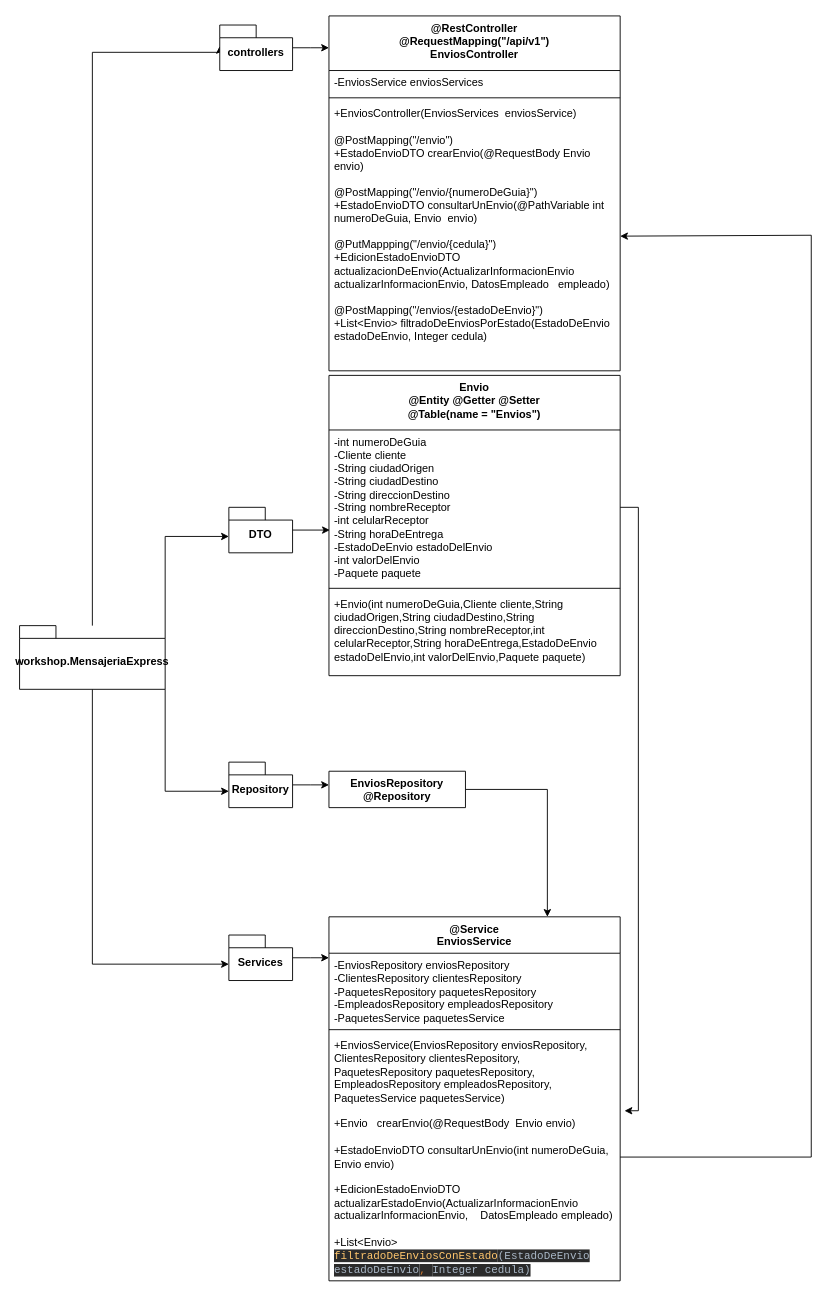
This is Diagrama sin título.drawio from EmmanuelUs4/Proyecto-integrador, a draw.io file, before an edit. Source tidied: cells renumbered, new cells numbered last; positions are measured from the earlier drawing's top-left corner, leaving out a move shared by most shapes. Both pictures are drawn from the tidied source at 91%, with x=0, y=0 at pixel (19, 15).
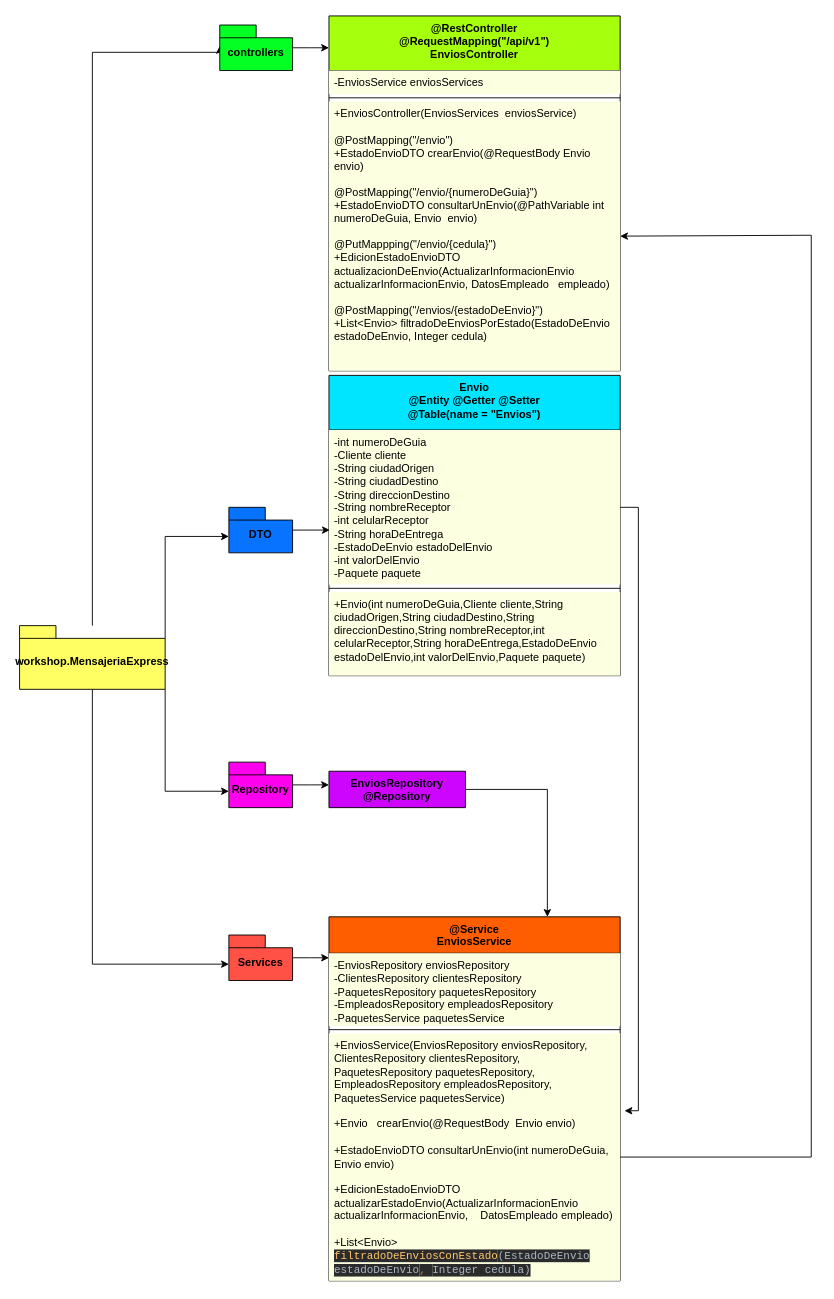
Above is the later version.

The edit, as a diff of the source:
```diff
@@
-    <mxCell id="2" style="edgeStyle=orthogonalEdgeStyle;rounded=0;jettySize=auto;html=1;entryX=0;entryY=0;entryDx=0;entryDy=23;entryPerimeter=0;" parent="1" edge="1" source="6" target="8">
+    <mxCell id="2" style="edgeStyle=orthogonalEdgeStyle;rounded=0;jettySize=auto;html=1;entryX=0;entryY=0;entryDx=0;entryDy=23;entryPerimeter=0;fillColor=#FF4603;" parent="1" edge="1" source="6" target="8">
       <mxGeometry relative="1" as="geometry">
         <Array as="points">
           <mxPoint x="80" y="40" />
           <mxPoint x="220" y="40" />
         </Array>
       </mxGeometry>
     </mxCell>
@@
-    <mxCell id="6" value="workshop.MensajeriaExpress" style="shape=folder;fontStyle=1;spacingTop=10;tabWidth=40;tabHeight=14;tabPosition=left;html=1;whiteSpace=wrap;" parent="1" vertex="1">
+    <mxCell id="6" value="workshop.MensajeriaExpress" style="shape=folder;fontStyle=1;spacingTop=10;tabWidth=40;tabHeight=14;tabPosition=left;html=1;whiteSpace=wrap;fillColor=#FFFF63;" parent="1" vertex="1">
       <mxGeometry y="670" width="160" height="70" as="geometry" />
     </mxCell>
@@
-    <mxCell id="8" value="controllers" style="shape=folder;fontStyle=1;spacingTop=10;tabWidth=40;tabHeight=14;tabPosition=left;html=1;whiteSpace=wrap;" parent="1" vertex="1">
+    <mxCell id="8" value="controllers" style="shape=folder;fontStyle=1;spacingTop=10;tabWidth=40;tabHeight=14;tabPosition=left;html=1;whiteSpace=wrap;fillColor=#03FF24;" parent="1" vertex="1">
       <mxGeometry x="220" y="10" width="80" height="50" as="geometry" />
     </mxCell>
@@
-    <mxCell id="10" value="DTO" style="shape=folder;fontStyle=1;spacingTop=10;tabWidth=40;tabHeight=14;tabPosition=left;html=1;whiteSpace=wrap;" parent="1" vertex="1">
+    <mxCell id="10" value="DTO" style="shape=folder;fontStyle=1;spacingTop=10;tabWidth=40;tabHeight=14;tabPosition=left;html=1;whiteSpace=wrap;fillColor=#0873FF;" parent="1" vertex="1">
       <mxGeometry x="230" y="540" width="70" height="50" as="geometry" />
     </mxCell>
@@
-    <mxCell id="12" value="Repository" style="shape=folder;fontStyle=1;spacingTop=10;tabWidth=40;tabHeight=14;tabPosition=left;html=1;whiteSpace=wrap;" parent="1" vertex="1">
+    <mxCell id="12" value="Repository" style="shape=folder;fontStyle=1;spacingTop=10;tabWidth=40;tabHeight=14;tabPosition=left;html=1;whiteSpace=wrap;fillColor=#FF00EE;" parent="1" vertex="1">
       <mxGeometry x="230" y="820" width="70" height="50" as="geometry" />
     </mxCell>
@@
-    <mxCell id="14" value="Services" style="shape=folder;fontStyle=1;spacingTop=10;tabWidth=40;tabHeight=14;tabPosition=left;html=1;whiteSpace=wrap;" parent="1" vertex="1">
+    <mxCell id="14" value="Services" style="shape=folder;fontStyle=1;spacingTop=10;tabWidth=40;tabHeight=14;tabPosition=left;html=1;whiteSpace=wrap;fillColor=#FF5145;" parent="1" vertex="1">
       <mxGeometry x="230" y="1010" width="70" height="50" as="geometry" />
     </mxCell>
-    <mxCell id="15" value="Envio&lt;br&gt;@Entity @Getter @Setter&lt;br&gt;@Table(name = &quot;Envios&quot;)" style="swimlane;fontStyle=1;align=center;verticalAlign=top;horizontal=1;startSize=60;whiteSpace=wrap;html=1;" parent="1" vertex="1">
+    <mxCell id="15" value="Envio&lt;br&gt;@Entity @Getter @Setter&lt;br&gt;@Table(name = &quot;Envios&quot;)" style="swimlane;fontStyle=1;align=center;verticalAlign=top;horizontal=1;startSize=60;whiteSpace=wrap;html=1;fillColor=#00E5FF;" parent="1" vertex="1">
       <mxGeometry x="340" y="395" width="320" height="330" as="geometry" />
     </mxCell>
-    <mxCell id="16" value="-int numeroDeGuia&lt;br&gt;-Cliente cliente&lt;br&gt;-String ciudadOrigen&lt;br&gt;-String ciudadDestino&lt;br&gt;-String direccionDestino&lt;br&gt;-String nombreReceptor&lt;br&gt;-int celularReceptor&lt;br&gt;-String horaDeEntrega&lt;br&gt;-EstadoDeEnvio estadoDelEnvio&lt;br&gt;-int valorDelEnvio&lt;br&gt;-Paquete paquete" style="text;strokeColor=none;fillColor=none;align=left;verticalAlign=top;spacingLeft=4;spacingRight=4;overflow=hidden;points=[[0,0.5],[1,0.5]];portConstraint=eastwest;whiteSpace=wrap;html=1;" parent="15" vertex="1">
+    <mxCell id="16" value="-int numeroDeGuia&lt;br&gt;-Cliente cliente&lt;br&gt;-String ciudadOrigen&lt;br&gt;-String ciudadDestino&lt;br&gt;-String direccionDestino&lt;br&gt;-String nombreReceptor&lt;br&gt;-int celularReceptor&lt;br&gt;-String horaDeEntrega&lt;br&gt;-EstadoDeEnvio estadoDelEnvio&lt;br&gt;-int valorDelEnvio&lt;br&gt;-Paquete paquete" style="text;strokeColor=none;fillColor=#FCFFE0;align=left;verticalAlign=top;spacingLeft=4;spacingRight=4;overflow=hidden;points=[[0,0.5],[1,0.5]];portConstraint=eastwest;whiteSpace=wrap;html=1;" parent="15" vertex="1">
       <mxGeometry y="60" width="320" height="170" as="geometry" />
     </mxCell>
@@
-    <mxCell id="18" value="+Envio(int numeroDeGuia,Cliente cliente,String ciudadOrigen,String ciudadDestino,String direccionDestino,String nombreReceptor,int celularReceptor,String horaDeEntrega,EstadoDeEnvio estadoDelEnvio,int valorDelEnvio,Paquete paquete)" style="text;strokeColor=none;fillColor=none;align=left;verticalAlign=top;spacingLeft=4;spacingRight=4;overflow=hidden;whiteSpace=wrap;html=1;" parent="15" vertex="1">
+    <mxCell id="18" value="+Envio(int numeroDeGuia,Cliente cliente,String ciudadOrigen,String ciudadDestino,String direccionDestino,String nombreReceptor,int celularReceptor,String horaDeEntrega,EstadoDeEnvio estadoDelEnvio,int valorDelEnvio,Paquete paquete)" style="text;strokeColor=none;fillColor=#FCFFE0;align=left;verticalAlign=top;spacingLeft=4;spacingRight=4;overflow=hidden;whiteSpace=wrap;html=1;" parent="15" vertex="1">
       <mxGeometry y="238" width="320" height="92" as="geometry" />
     </mxCell>
@@
-    <mxCell id="20" value="EnviosRepository&lt;br&gt;@Repository" style="swimlane;fontStyle=1;align=center;verticalAlign=top;horizontal=1;startSize=40;whiteSpace=wrap;html=1;" parent="1" vertex="1" collapsed="1">
+    <mxCell id="20" value="EnviosRepository&lt;br&gt;@Repository" style="swimlane;fontStyle=1;align=center;verticalAlign=top;horizontal=1;startSize=40;whiteSpace=wrap;html=1;fillColor=#CD05FF;" parent="1" vertex="1" collapsed="1">
       <mxGeometry x="340" y="830" width="150" height="40" as="geometry" />
     </mxCell>
-    <mxCell id="21" value="@Service&lt;br&gt;EnviosService&lt;br&gt;" style="swimlane;fontStyle=1;align=center;verticalAlign=top;horizontal=1;startSize=40;whiteSpace=wrap;html=1;" parent="1" vertex="1">
+    <mxCell id="21" value="@Service&lt;br&gt;EnviosService&lt;br&gt;" style="swimlane;fontStyle=1;align=center;verticalAlign=top;horizontal=1;startSize=40;whiteSpace=wrap;html=1;fillColor=#FF5E00;" parent="1" vertex="1">
       <mxGeometry x="340" y="990" width="320" height="400" as="geometry" />
     </mxCell>
-    <mxCell id="22" value="-EnviosRepository enviosRepository&lt;br&gt;-ClientesRepository clientesRepository&lt;br&gt;-PaquetesRepository paquetesRepository&lt;br&gt;-EmpleadosRepository empleadosRepository&lt;br&gt;-PaquetesService paquetesService" style="text;strokeColor=none;fillColor=none;align=left;verticalAlign=top;spacingLeft=4;spacingRight=4;overflow=hidden;whiteSpace=wrap;html=1;" parent="21" vertex="1">
+    <mxCell id="22" value="-EnviosRepository enviosRepository&lt;br&gt;-ClientesRepository clientesRepository&lt;br&gt;-PaquetesRepository paquetesRepository&lt;br&gt;-EmpleadosRepository empleadosRepository&lt;br&gt;-PaquetesService paquetesService" style="text;strokeColor=none;fillColor=#FCFFE0;align=left;verticalAlign=top;spacingLeft=4;spacingRight=4;overflow=hidden;whiteSpace=wrap;html=1;" parent="21" vertex="1">
       <mxGeometry y="40" width="320" height="80" as="geometry" />
     </mxCell>
@@
-    <mxCell id="24" value="+EnviosService(EnviosRepository enviosRepository, ClientesRepository clientesRepository,&lt;br&gt;PaquetesRepository paquetesRepository,&lt;br&gt;EmpleadosRepository empleadosRepository,&lt;br&gt;PaquetesService paquetesService)&lt;br&gt;&lt;br&gt;+Envio&amp;nbsp; &amp;nbsp;crearEnvio(@RequestBody&amp;nbsp; Envio envio)&lt;br&gt;&lt;br&gt;+EstadoEnvioDTO consultarUnEnvio(int numeroDeGuia, Envio envio)&lt;br&gt;&lt;br&gt;+EdicionEstadoEnvioDTO actualizarEstadoEnvio(ActualizarInformacionEnvio actualizarInformacionEnvio,&amp;nbsp; &amp;nbsp; DatosEmpleado empleado)&lt;br&gt;&lt;br&gt;+List&amp;lt;Envio&amp;gt; &lt;span style=&quot;background-color: rgb(43, 43, 43); font-family: &amp;quot;JetBrains Mono&amp;quot;, monospace; color: rgb(255, 198, 109);&quot;&gt;filtradoDeEnviosConEstado&lt;/span&gt;&lt;span style=&quot;background-color: rgb(43, 43, 43); color: rgb(169, 183, 198); font-family: &amp;quot;JetBrains Mono&amp;quot;, monospace;&quot;&gt;(EstadoDeEnvio estadoDeEnvio&lt;/span&gt;&lt;span style=&quot;background-color: rgb(43, 43, 43); font-family: &amp;quot;JetBrains Mono&amp;quot;, monospace; color: rgb(204, 120, 50);&quot;&gt;, &lt;/span&gt;&lt;span style=&quot;background-color: rgb(43, 43, 43); color: rgb(169, 183, 198); font-family: &amp;quot;JetBrains Mono&amp;quot;, monospace;&quot;&gt;Integer cedula)&lt;/span&gt;" style="text;strokeColor=none;fillColor=none;align=left;verticalAlign=top;spacingLeft=4;spacingRight=4;overflow=hidden;points=[[0,0.5],[1,0.5]];portConstraint=eastwest;whiteSpace=wrap;html=1;" parent="21" vertex="1">
+    <mxCell id="24" value="+EnviosService(EnviosRepository enviosRepository, ClientesRepository clientesRepository,&lt;br&gt;PaquetesRepository paquetesRepository,&lt;br&gt;EmpleadosRepository empleadosRepository,&lt;br&gt;PaquetesService paquetesService)&lt;br&gt;&lt;br&gt;+Envio&amp;nbsp; &amp;nbsp;crearEnvio(@RequestBody&amp;nbsp; Envio envio)&lt;br&gt;&lt;br&gt;+EstadoEnvioDTO consultarUnEnvio(int numeroDeGuia, Envio envio)&lt;br&gt;&lt;br&gt;+EdicionEstadoEnvioDTO actualizarEstadoEnvio(ActualizarInformacionEnvio actualizarInformacionEnvio,&amp;nbsp; &amp;nbsp; DatosEmpleado empleado)&lt;br&gt;&lt;br&gt;+List&amp;lt;Envio&amp;gt; &lt;span style=&quot;background-color: rgb(43, 43, 43); font-family: &amp;quot;JetBrains Mono&amp;quot;, monospace; color: rgb(255, 198, 109);&quot;&gt;filtradoDeEnviosConEstado&lt;/span&gt;&lt;span style=&quot;background-color: rgb(43, 43, 43); color: rgb(169, 183, 198); font-family: &amp;quot;JetBrains Mono&amp;quot;, monospace;&quot;&gt;(EstadoDeEnvio estadoDeEnvio&lt;/span&gt;&lt;span style=&quot;background-color: rgb(43, 43, 43); font-family: &amp;quot;JetBrains Mono&amp;quot;, monospace; color: rgb(204, 120, 50);&quot;&gt;, &lt;/span&gt;&lt;span style=&quot;background-color: rgb(43, 43, 43); color: rgb(169, 183, 198); font-family: &amp;quot;JetBrains Mono&amp;quot;, monospace;&quot;&gt;Integer cedula)&lt;/span&gt;" style="text;strokeColor=none;fillColor=#FCFFE0;align=left;verticalAlign=top;spacingLeft=4;spacingRight=4;overflow=hidden;points=[[0,0.5],[1,0.5]];portConstraint=eastwest;whiteSpace=wrap;html=1;" parent="21" vertex="1">
       <mxGeometry y="128" width="320" height="272" as="geometry" />
     </mxCell>
-    <mxCell id="25" value="@RestController&lt;br&gt;@RequestMapping(&quot;/api/v1&quot;)&lt;br&gt;EnviosController" style="swimlane;fontStyle=1;align=center;verticalAlign=top;horizontal=1;startSize=60;whiteSpace=wrap;html=1;" parent="1" vertex="1">
+    <mxCell id="25" value="@RestController&lt;br&gt;@RequestMapping(&quot;/api/v1&quot;)&lt;br&gt;EnviosController" style="swimlane;fontStyle=1;align=center;verticalAlign=top;horizontal=1;startSize=60;whiteSpace=wrap;html=1;fillColor=#A6FF0D;" parent="1" vertex="1">
       <mxGeometry x="340" width="320" height="390" as="geometry" />
     </mxCell>
-    <mxCell id="26" value="-EnviosService enviosServices" style="text;strokeColor=none;fillColor=none;align=left;verticalAlign=top;spacingLeft=4;spacingRight=4;overflow=hidden;whiteSpace=wrap;html=1;" parent="25" vertex="1">
+    <mxCell id="26" value="-EnviosService enviosServices" style="text;strokeColor=none;fillColor=#FCFFE0;align=left;verticalAlign=top;spacingLeft=4;spacingRight=4;overflow=hidden;whiteSpace=wrap;html=1;" parent="25" vertex="1">
       <mxGeometry y="60" width="320" height="26" as="geometry" />
     </mxCell>
@@
-    <mxCell id="28" value="+EnviosController(EnviosServices&amp;nbsp; enviosService)&lt;br&gt;&lt;br&gt;@PostMapping(&quot;/envio&quot;)&lt;br&gt;+EstadoEnvioDTO crearEnvio(@RequestBody Envio envio)&lt;br&gt;&lt;br&gt;@PostMapping(&quot;/envio/{numeroDeGuia}&quot;)&lt;br&gt;+EstadoEnvioDTO consultarUnEnvio(@PathVariable int numeroDeGuia, Envio&amp;nbsp; envio)&lt;br&gt;&lt;br&gt;@PutMappping(&quot;/envio/{cedula}&quot;)&lt;br&gt;+EdicionEstadoEnvioDTO actualizacionDeEnvio(ActualizarInformacionEnvio actualizarInformacionEnvio, DatosEmpleado&amp;nbsp; &amp;nbsp;empleado)&lt;br&gt;&lt;br&gt;@PostMapping(&quot;/envios/{estadoDeEnvio}&quot;)&lt;br&gt;+List&amp;lt;Envio&amp;gt; filtradoDeEnviosPorEstado(EstadoDeEnvio&amp;nbsp; estadoDeEnvio, Integer cedula)" style="text;strokeColor=none;fillColor=none;align=left;verticalAlign=top;spacingLeft=4;spacingRight=4;overflow=hidden;points=[[0,0.5],[1,0.5]];portConstraint=eastwest;whiteSpace=wrap;html=1;" parent="25" vertex="1">
+    <mxCell id="28" value="+EnviosController(EnviosServices&amp;nbsp; enviosService)&lt;br&gt;&lt;br&gt;@PostMapping(&quot;/envio&quot;)&lt;br&gt;+EstadoEnvioDTO crearEnvio(@RequestBody Envio envio)&lt;br&gt;&lt;br&gt;@PostMapping(&quot;/envio/{numeroDeGuia}&quot;)&lt;br&gt;+EstadoEnvioDTO consultarUnEnvio(@PathVariable int numeroDeGuia, Envio&amp;nbsp; envio)&lt;br&gt;&lt;br&gt;@PutMappping(&quot;/envio/{cedula}&quot;)&lt;br&gt;+EdicionEstadoEnvioDTO actualizacionDeEnvio(ActualizarInformacionEnvio actualizarInformacionEnvio, DatosEmpleado&amp;nbsp; &amp;nbsp;empleado)&lt;br&gt;&lt;br&gt;@PostMapping(&quot;/envios/{estadoDeEnvio}&quot;)&lt;br&gt;+List&amp;lt;Envio&amp;gt; filtradoDeEnviosPorEstado(EstadoDeEnvio&amp;nbsp; estadoDeEnvio, Integer cedula)" style="text;strokeColor=none;fillColor=#FCFFE0;align=left;verticalAlign=top;spacingLeft=4;spacingRight=4;overflow=hidden;points=[[0,0.5],[1,0.5]];portConstraint=eastwest;whiteSpace=wrap;html=1;" parent="25" vertex="1">
       <mxGeometry y="94" width="320" height="296" as="geometry" />
     </mxCell>
```
